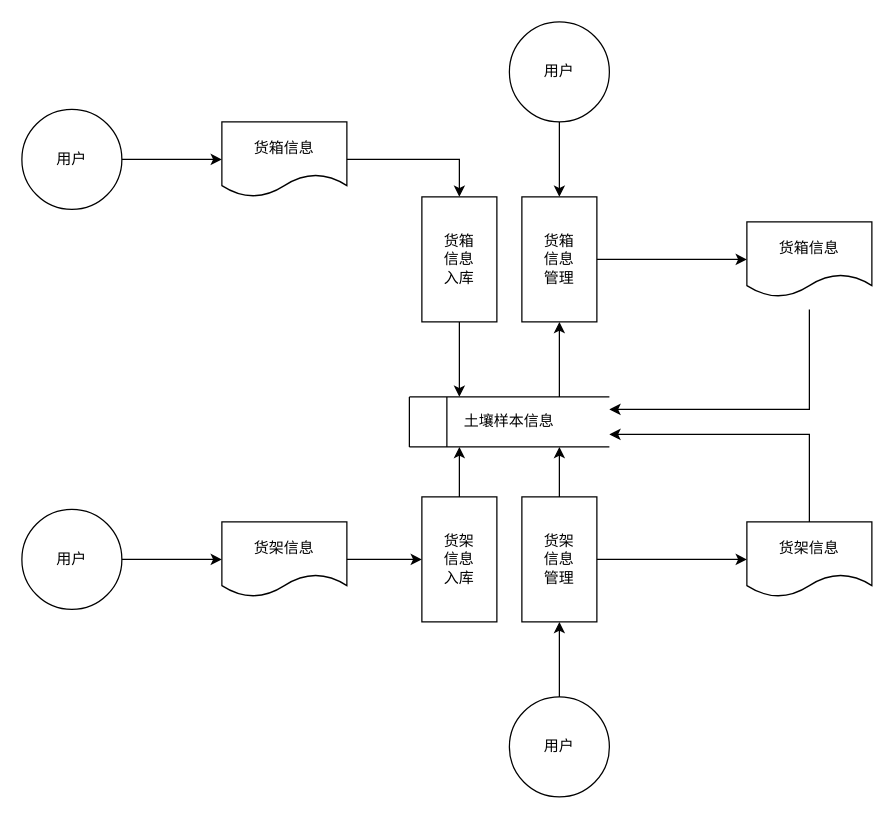
Before: page "操作NEW" (15 of 22) of DT-1-0326.drawio in TeasusZt/DT-NEW, a draw.io diagram. Source tidied: cells renumbered, new cells numbered last; positions are measured from the earlier drawing's top-left corner, leaving out a move shared by most shapes. Both pictures are drawn from the tidied source at 125%, with x=0, y=0 at pixel (21, 21).
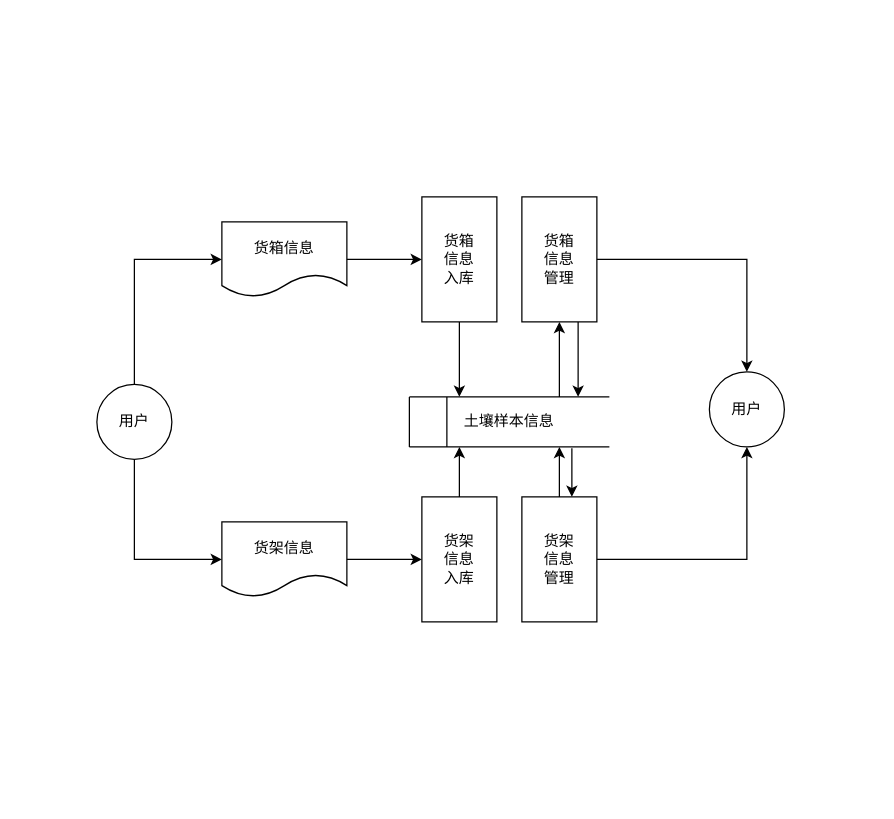
The same page after the edit.

Unchanged cells that the change refers to:
```xml
<mxCell id="9" value="货架信息" style="shape=document;whiteSpace=wrap;html=1;boundedLbl=1;strokeColor=#000000;strokeWidth=1;fillColor=none;align=center;" parent="1" vertex="1">
  <mxGeometry x="160" y="400" width="100" height="60" as="geometry" />
</mxCell>
<mxCell id="11" value="货箱&lt;br&gt;信息&lt;br&gt;入库" style="rounded=0;whiteSpace=wrap;html=1;strokeColor=#000000;strokeWidth=1;fillColor=none;align=center;" parent="1" vertex="1">
  <mxGeometry x="320" y="140" width="60" height="100" as="geometry" />
</mxCell>
<mxCell id="13" value="货箱&lt;br&gt;信息&lt;br&gt;管理" style="rounded=0;whiteSpace=wrap;html=1;strokeColor=#000000;strokeWidth=1;fillColor=none;align=center;" parent="1" vertex="1">
  <mxGeometry x="400" y="140" width="60" height="100" as="geometry" />
</mxCell>
<mxCell id="19" value="土壤样本信息" style="text;html=1;strokeColor=none;fillColor=none;align=center;verticalAlign=middle;whiteSpace=wrap;rounded=0;comic=0;" parent="1" vertex="1">
  <mxGeometry x="310" y="300" width="160" height="40" as="geometry" />
</mxCell>
<mxCell id="24" value="货架&lt;br&gt;信息&lt;br&gt;管理" style="rounded=0;whiteSpace=wrap;html=1;strokeColor=#000000;strokeWidth=1;fillColor=none;align=center;" parent="1" vertex="1">
  <mxGeometry x="400" y="380" width="60" height="100" as="geometry" />
</mxCell>
```

The edit, as a diff of the source:
```diff
@@
-    <mxCell id="2" style="edgeStyle=orthogonalEdgeStyle;rounded=0;jettySize=auto;html=1;exitX=1;exitY=0.5;exitDx=0;exitDy=0;entryX=0;entryY=0.5;entryDx=0;entryDy=0;strokeWidth=1;" parent="1" edge="1" source="3" target="7">
+    <mxCell id="2" style="edgeStyle=orthogonalEdgeStyle;rounded=0;jettySize=auto;html=1;exitX=0.5;exitY=0;exitDx=0;exitDy=0;entryX=0;entryY=0.5;entryDx=0;entryDy=0;strokeWidth=1;" parent="1" edge="1" source="3" target="7">
       <mxGeometry relative="1" as="geometry" />
     </mxCell>
     <mxCell id="3" value="用户" style="ellipse;whiteSpace=wrap;html=1;strokeColor=#000000;strokeWidth=1;fillColor=none;align=center;" parent="1" vertex="1">
-      <mxGeometry y="70" width="80" height="80" as="geometry" />
+      <mxGeometry x="60" y="290" width="60" height="60" as="geometry" />
     </mxCell>
-    <mxCell id="4" style="edgeStyle=orthogonalEdgeStyle;rounded=0;jettySize=auto;html=1;exitX=1;exitY=0.5;exitDx=0;exitDy=0;entryX=0;entryY=0.5;entryDx=0;entryDy=0;strokeWidth=1;" parent="1" edge="1" source="5" target="9">
+    <mxCell id="4" style="edgeStyle=orthogonalEdgeStyle;rounded=0;jettySize=auto;html=1;exitX=0.5;exitY=1;exitDx=0;exitDy=0;entryX=0;entryY=0.5;entryDx=0;entryDy=0;strokeWidth=1;" parent="1" edge="1" source="3" target="9">
       <mxGeometry relative="1" as="geometry" />
     </mxCell>
-    <mxCell id="5" value="用户" style="ellipse;whiteSpace=wrap;html=1;strokeColor=#000000;strokeWidth=1;fillColor=none;align=center;" parent="1" vertex="1">
-      <mxGeometry y="390" width="80" height="80" as="geometry" />
-    </mxCell>
-    <mxCell id="6" style="edgeStyle=orthogonalEdgeStyle;rounded=0;jettySize=auto;html=1;exitX=1;exitY=0.5;exitDx=0;exitDy=0;entryX=0.5;entryY=0;entryDx=0;entryDy=0;strokeWidth=1;" parent="1" edge="1" source="7" target="11">
+    <mxCell id="6" style="edgeStyle=orthogonalEdgeStyle;rounded=0;jettySize=auto;html=1;exitX=1;exitY=0.5;exitDx=0;exitDy=0;entryX=0;entryY=0.5;entryDx=0;entryDy=0;strokeWidth=1;" parent="1" edge="1" source="7" target="11">
       <mxGeometry relative="1" as="geometry" />
     </mxCell>
     <mxCell id="7" value="货箱信息" style="shape=document;whiteSpace=wrap;html=1;boundedLbl=1;strokeColor=#000000;strokeWidth=1;fillColor=none;align=center;" parent="1" vertex="1">
-      <mxGeometry x="160" y="80" width="100" height="60" as="geometry" />
+      <mxGeometry x="160" y="160" width="100" height="60" as="geometry" />
     </mxCell>
@@
-    <mxCell id="12" style="edgeStyle=orthogonalEdgeStyle;rounded=0;jettySize=auto;html=1;exitX=1;exitY=0.5;exitDx=0;exitDy=0;entryX=0;entryY=0.5;entryDx=0;entryDy=0;strokeWidth=1;" parent="1" edge="1" source="13" target="28">
-      <mxGeometry relative="1" as="geometry" />
-    </mxCell>
+    <mxCell id="33" style="edgeStyle=orthogonalEdgeStyle;rounded=0;jettySize=auto;html=1;exitX=1;exitY=0.5;exitDx=0;exitDy=0;endArrow=classic;endFill=1;fontSize=10;entryX=0.5;entryY=0;entryDx=0;entryDy=0;" parent="1" edge="1" source="13" target="37">
+      <mxGeometry relative="1" as="geometry" />
+    </mxCell>
@@
-    <mxCell id="23" style="edgeStyle=orthogonalEdgeStyle;rounded=0;jettySize=auto;html=1;exitX=1;exitY=0.5;exitDx=0;exitDy=0;entryX=0;entryY=0.5;entryDx=0;entryDy=0;strokeWidth=1;" parent="1" edge="1" source="24" target="26">
-      <mxGeometry relative="1" as="geometry" />
-    </mxCell>
+    <mxCell id="34" style="edgeStyle=orthogonalEdgeStyle;rounded=0;jettySize=auto;html=1;exitX=1;exitY=0.5;exitDx=0;exitDy=0;entryX=0.5;entryY=1;entryDx=0;entryDy=0;endArrow=classic;endFill=1;fontSize=10;" parent="1" edge="1" source="24" target="37">
+      <mxGeometry relative="1" as="geometry" />
+    </mxCell>
@@
-    <mxCell id="25" style="edgeStyle=orthogonalEdgeStyle;rounded=0;jettySize=auto;html=1;exitX=0.5;exitY=0;exitDx=0;exitDy=0;entryX=1;entryY=0.75;entryDx=0;entryDy=0;strokeWidth=1;" parent="1" edge="1" source="26" target="19">
-      <mxGeometry relative="1" as="geometry" />
-    </mxCell>
-    <mxCell id="26" value="货架信息" style="shape=document;whiteSpace=wrap;html=1;boundedLbl=1;strokeColor=#000000;strokeWidth=1;fillColor=none;align=center;" parent="1" vertex="1">
-      <mxGeometry x="580" y="400" width="100" height="60" as="geometry" />
-    </mxCell>
-    <mxCell id="27" style="edgeStyle=orthogonalEdgeStyle;rounded=0;jettySize=auto;html=1;entryX=1;entryY=0.25;entryDx=0;entryDy=0;strokeWidth=1;" parent="1" edge="1" target="19">
-      <mxGeometry relative="1" as="geometry">
-        <mxPoint x="630" y="230" as="sourcePoint" />
-        <Array as="points">
-          <mxPoint x="630" y="230" />
-          <mxPoint x="630" y="310" />
-        </Array>
-      </mxGeometry>
-    </mxCell>
-    <mxCell id="28" value="货箱信息" style="shape=document;whiteSpace=wrap;html=1;boundedLbl=1;strokeColor=#000000;strokeWidth=1;fillColor=none;align=center;" parent="1" vertex="1">
-      <mxGeometry x="580" y="160" width="100" height="60" as="geometry" />
-    </mxCell>
-    <mxCell id="29" style="edgeStyle=orthogonalEdgeStyle;rounded=0;jettySize=auto;html=1;exitX=0.5;exitY=1;exitDx=0;exitDy=0;entryX=0.5;entryY=0;entryDx=0;entryDy=0;strokeWidth=1;" parent="1" edge="1" source="30" target="13">
-      <mxGeometry relative="1" as="geometry" />
-    </mxCell>
-    <mxCell id="30" value="用户" style="ellipse;whiteSpace=wrap;html=1;strokeColor=#000000;strokeWidth=1;fillColor=none;align=center;" parent="1" vertex="1">
-      <mxGeometry x="390" width="80" height="80" as="geometry" />
-    </mxCell>
-    <mxCell id="31" style="edgeStyle=orthogonalEdgeStyle;rounded=0;jettySize=auto;html=1;exitX=0.5;exitY=0;exitDx=0;exitDy=0;entryX=0.5;entryY=1;entryDx=0;entryDy=0;strokeWidth=1;" parent="1" edge="1" source="32" target="24">
-      <mxGeometry relative="1" as="geometry" />
-    </mxCell>
-    <mxCell id="32" value="用户" style="ellipse;whiteSpace=wrap;html=1;strokeColor=#000000;strokeWidth=1;fillColor=none;align=center;" parent="1" vertex="1">
-      <mxGeometry x="390" y="540" width="80" height="80" as="geometry" />
-    </mxCell>
+    <mxCell id="35" style="endArrow=classic;html=1;fontSize=10;exitX=0.75;exitY=1;exitDx=0;exitDy=0;" parent="1" edge="1" source="13">
+      <mxGeometry relative="1" as="geometry">
+        <mxPoint x="445" y="300" as="targetPoint" />
+      </mxGeometry>
+    </mxCell>
+    <mxCell id="36" style="endArrow=classic;html=1;fontSize=10;" parent="1" edge="1">
+      <mxGeometry relative="1" as="geometry">
+        <mxPoint x="440" y="341" as="sourcePoint" />
+        <mxPoint x="440" y="380" as="targetPoint" />
+      </mxGeometry>
+    </mxCell>
+    <mxCell id="37" value="用户" style="ellipse;whiteSpace=wrap;html=1;strokeColor=#000000;strokeWidth=1;fillColor=none;align=center;" parent="1" vertex="1">
+      <mxGeometry x="550" y="280" width="60" height="60" as="geometry" />
+    </mxCell>
```
